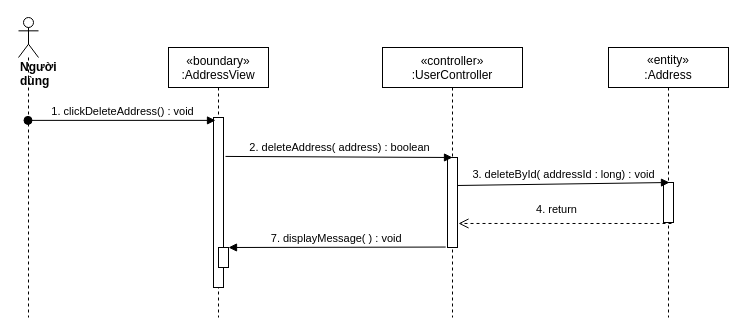
Before: sequence diagram/delete-address-sequence.drawio in nguyenphamvan/datn_20202, a draw.io diagram. Source tidied: cells renumbered, new cells numbered last; positions are measured from the earlier drawing's top-left corner, leaving out a move shared by most shapes. Both pictures are drawn from the tidied source at 100%, with x=0, y=0 at pixel (18, 17).
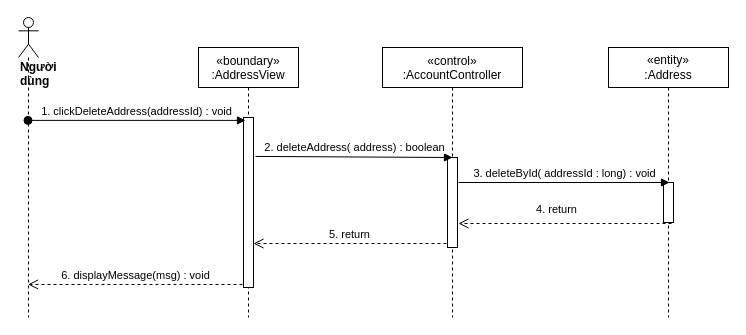
After the change.

The edit, as a diff of the source:
```diff
@@
 <mxGraphModel>
   <root>
     <mxCell id="0" />
     <mxCell id="1" parent="0" />
     <mxCell id="2" value="«boundary»&#10;:AddressView" style="shape=umlLifeline;perimeter=lifelinePerimeter;rounded=0;shadow=0;strokeWidth=1;" parent="1" vertex="1">
-      <mxGeometry x="150" y="30" width="100" height="270" as="geometry" />
+      <mxGeometry x="180" y="30" width="100" height="270" as="geometry" />
     </mxCell>
     <mxCell id="3" style="html=1;points=[];perimeter=orthogonalPerimeter;" parent="2" vertex="1">
       <mxGeometry x="45" y="70" width="10" height="170" as="geometry" />
     </mxCell>
-    <mxCell id="4" value="«controller»&#10;:UserController" style="shape=umlLifeline;perimeter=lifelinePerimeter;rounded=0;shadow=0;strokeWidth=1;size=40;" parent="1" vertex="1">
+    <mxCell id="4" value="«control»&#10;:AccountController" style="shape=umlLifeline;perimeter=lifelinePerimeter;rounded=0;shadow=0;strokeWidth=1;size=40;" parent="1" vertex="1">
       <mxGeometry x="364" y="30" width="140" height="270" as="geometry" />
     </mxCell>
     <mxCell id="5" style="points=[];perimeter=orthogonalPerimeter;rounded=0;shadow=0;strokeWidth=1;" parent="4" vertex="1">
       <mxGeometry x="65" y="110" width="10" height="90" as="geometry" />
     </mxCell>
     <mxCell id="6" value="&lt;div&gt;&lt;b&gt;Người dùng&lt;/b&gt;&lt;/div&gt;" style="shape=umlLifeline;participant=umlActor;perimeter=lifelinePerimeter;whiteSpace=wrap;html=1;verticalAlign=top;spacingTop=36;outlineConnect=0;align=left;" parent="1" vertex="1">
       <mxGeometry width="20" height="300" as="geometry" />
     </mxCell>
-    <mxCell id="7" value="1. clickDeleteAddress() : void" style="html=1;verticalAlign=bottom;startArrow=oval;startFill=1;endArrow=block;startSize=8;entryX=0.2;entryY=0.017;entryDx=0;entryDy=0;entryPerimeter=0;" parent="1" edge="1" source="6" target="3">
+    <mxCell id="7" value="1. clickDeleteAddress(addressId) : void" style="html=1;verticalAlign=bottom;startArrow=oval;startFill=1;endArrow=block;startSize=8;entryX=0.2;entryY=0.017;entryDx=0;entryDy=0;entryPerimeter=0;" parent="1" edge="1" source="6" target="3">
       <mxGeometry relative="1" as="geometry" />
     </mxCell>
     <mxCell id="8" value="2. deleteAddress( address) : boolean" style="html=1;verticalAlign=bottom;endArrow=block;entryX=0.5;entryY=0;entryDx=0;entryDy=0;entryPerimeter=0;exitX=1.2;exitY=0.229;exitDx=0;exitDy=0;exitPerimeter=0;" parent="1" edge="1" source="3" target="5">
       <mxGeometry relative="1" as="geometry" />
     </mxCell>
     <mxCell id="9" value="&lt;span&gt;«entity»&lt;br&gt;&lt;/span&gt;:Address" style="shape=umlLifeline;perimeter=lifelinePerimeter;whiteSpace=wrap;html=1;" parent="1" vertex="1">
       <mxGeometry x="590" y="30" width="120" height="270" as="geometry" />
     </mxCell>
     <mxCell id="10" style="points=[];perimeter=orthogonalPerimeter;rounded=0;shadow=0;strokeWidth=1;" parent="9" vertex="1">
       <mxGeometry x="55" y="135" width="10" height="40" as="geometry" />
     </mxCell>
-    <mxCell id="11" value="3. deleteById( addressId : long) : void" style="html=1;verticalAlign=bottom;endArrow=block;entryX=0.6;entryY=0;entryDx=0;entryDy=0;entryPerimeter=0;exitX=1;exitY=0.311;exitDx=0;exitDy=0;exitPerimeter=0;" parent="1" edge="1" source="5" target="10">
-      <mxGeometry relative="1" as="geometry" />
+    <mxCell id="11" value="3. deleteById( addressId : long) : void" style="html=1;verticalAlign=bottom;endArrow=block;entryX=0.6;entryY=0;entryDx=0;entryDy=0;entryPerimeter=0;" parent="1" edge="1" target="10">
+      <mxGeometry relative="1" as="geometry">
+        <mxPoint x="440" y="165" as="sourcePoint" />
+      </mxGeometry>
     </mxCell>
     <mxCell id="12" value="4. return" style="html=1;verticalAlign=bottom;endArrow=open;dashed=1;endSize=8;exitX=0.8;exitY=1.025;exitDx=0;exitDy=0;exitPerimeter=0;entryX=1.1;entryY=0.733;entryDx=0;entryDy=0;entryPerimeter=0;" parent="1" edge="1" source="10" target="5">
       <mxGeometry x="0.08" y="-5" relative="1" as="geometry" />
     </mxCell>
-    <mxCell id="13" value="7. displayMessage( ) : void" style="verticalAlign=bottom;endArrow=block;shadow=0;strokeWidth=1;exitX=-0.18;exitY=0.995;exitDx=0;exitDy=0;exitPerimeter=0;" parent="1" edge="1" source="5" target="14">
-      <mxGeometry relative="1" as="geometry" />
-    </mxCell>
-    <mxCell id="14" style="html=1;points=[];perimeter=orthogonalPerimeter;" parent="1" vertex="1">
-      <mxGeometry x="200" y="230" width="10" height="20" as="geometry" />
-    </mxCell>
+    <mxCell id="15" value="5. return" style="html=1;verticalAlign=bottom;endArrow=open;dashed=1;endSize=8;exitX=-0.1;exitY=0.956;exitDx=0;exitDy=0;exitPerimeter=0;" parent="1" edge="1" source="5" target="3">
+      <mxGeometry relative="1" as="geometry" />
+    </mxCell>
+    <mxCell id="16" value="6. displayMessage(msg) : void" style="html=1;verticalAlign=bottom;endArrow=open;dashed=1;endSize=8;exitX=-0.1;exitY=0.982;exitDx=0;exitDy=0;exitPerimeter=0;" parent="1" edge="1" source="3" target="6">
+      <mxGeometry relative="1" as="geometry" />
+    </mxCell>
   </root>
 </mxGraphModel>
```
